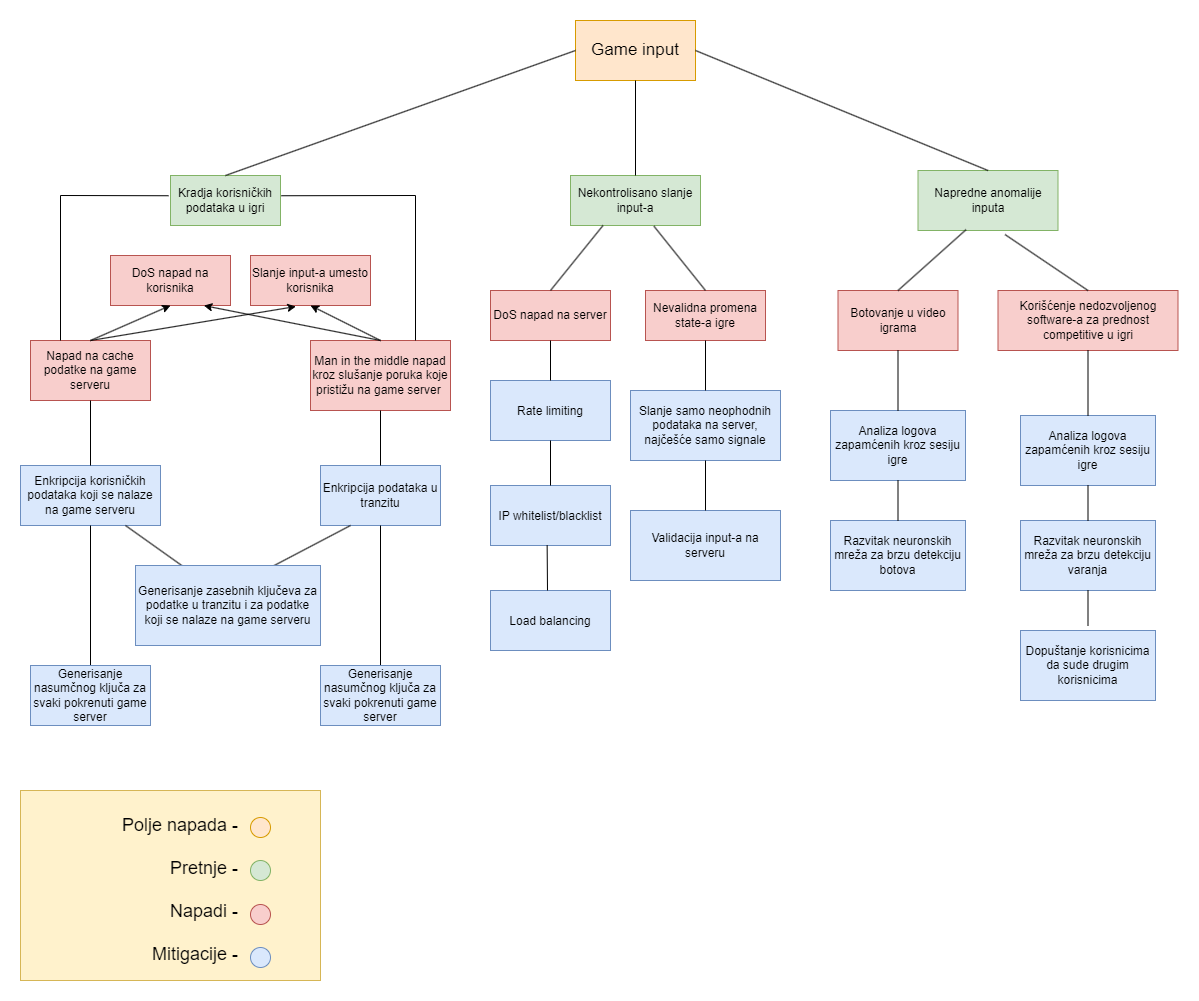
Above: literatura/Naucni clanci/Online igre/Analiza pretnji kroz analizu inputa korisnika/Slike/modelovanje pretnji game inputa.png in JanosevicRa177/Game-security-research (draw.io), before the change. Source tidied: cells renumbered, new cells last; positions are measured from the earlier drawing's top-left corner, leaving out a move shared by most shapes. The source it was exported from:
```xml
<mxGraphModel>
  <root>
    <mxCell id="0" />
    <mxCell id="1" parent="0" />
    <mxCell id="2" value="Kradja korisničkih podataka u igri" style="rounded=0;whiteSpace=wrap;html=1;fillColor=#d5e8d4;strokeColor=#82b366;" parent="1" vertex="1">
      <mxGeometry x="150" y="155" width="110" height="50" as="geometry" />
    </mxCell>
    <mxCell id="3" value="Slanje input-a umesto korisnika" style="rounded=0;whiteSpace=wrap;html=1;fillColor=#f8cecc;strokeColor=#b85450;" parent="1" vertex="1">
      <mxGeometry x="230" y="235" width="120" height="50" as="geometry" />
    </mxCell>
    <mxCell id="4" value="Nevalidna promena state-a igre" style="rounded=0;whiteSpace=wrap;html=1;fillColor=#f8cecc;strokeColor=#b85450;" parent="1" vertex="1">
      <mxGeometry x="625" y="270" width="120" height="50" as="geometry" />
    </mxCell>
    <mxCell id="5" value="DoS napad na korisnika" style="rounded=0;whiteSpace=wrap;html=1;fillColor=#f8cecc;strokeColor=#b85450;" parent="1" vertex="1">
      <mxGeometry x="90" y="235" width="120" height="50" as="geometry" />
    </mxCell>
    <mxCell id="6" value="Man in the middle napad kroz slušanje poruka koje pristižu na game server&amp;nbsp;" style="rounded=0;whiteSpace=wrap;html=1;fillColor=#f8cecc;strokeColor=#b85450;" parent="1" vertex="1">
      <mxGeometry x="290" y="320" width="140" height="70" as="geometry" />
    </mxCell>
    <mxCell id="7" value="Nekontrolisano slanje input-a" style="rounded=0;whiteSpace=wrap;html=1;fillColor=#d5e8d4;strokeColor=#82b366;" parent="1" vertex="1">
      <mxGeometry x="550" y="155" width="130" height="50" as="geometry" />
    </mxCell>
    <mxCell id="8" value="DoS napad na server" style="rounded=0;whiteSpace=wrap;html=1;fillColor=#f8cecc;strokeColor=#b85450;" parent="1" vertex="1">
      <mxGeometry x="470" y="270" width="120" height="50" as="geometry" />
    </mxCell>
    <mxCell id="9" style="endArrow=none;html=1;rounded=0;entryX=0.25;entryY=1;entryDx=0;entryDy=0;exitX=0.5;exitY=0;exitDx=0;exitDy=0;" parent="1" edge="1" source="8" target="7">
      <mxGeometry relative="1" as="geometry" />
    </mxCell>
    <mxCell id="10" style="endArrow=none;html=1;rounded=0;entryX=0.642;entryY=1.014;entryDx=0;entryDy=0;entryPerimeter=0;exitX=0.5;exitY=0;exitDx=0;exitDy=0;" parent="1" edge="1" source="4" target="7">
      <mxGeometry relative="1" as="geometry" />
    </mxCell>
    <mxCell id="11" style="endArrow=none;html=1;rounded=0;entryX=1.008;entryY=0.405;entryDx=0;entryDy=0;entryPerimeter=0;exitX=0.75;exitY=0;exitDx=0;exitDy=0;" parent="1" edge="1" source="6" target="2">
      <mxGeometry relative="1" as="geometry">
        <Array as="points">
          <mxPoint x="395" y="175" />
        </Array>
      </mxGeometry>
    </mxCell>
    <mxCell id="12" value="Napredne anomalije inputa" style="rounded=0;whiteSpace=wrap;html=1;fillColor=#d5e8d4;strokeColor=#82b366;" parent="1" vertex="1">
      <mxGeometry x="897.5" y="150" width="140" height="60" as="geometry" />
    </mxCell>
    <mxCell id="13" value="Botovanje u video igrama" style="rounded=0;whiteSpace=wrap;html=1;fillColor=#f8cecc;strokeColor=#b85450;" parent="1" vertex="1">
      <mxGeometry x="817.5" y="270" width="120" height="60" as="geometry" />
    </mxCell>
    <mxCell id="14" value="Korišćenje nedozvoljenog software-a za prednost competitive u igri" style="rounded=0;whiteSpace=wrap;html=1;fillColor=#f8cecc;strokeColor=#b85450;" parent="1" vertex="1">
      <mxGeometry x="977.5" y="270" width="180" height="60" as="geometry" />
    </mxCell>
    <mxCell id="15" style="endArrow=none;html=1;rounded=0;entryX=0.343;entryY=0.987;entryDx=0;entryDy=0;entryPerimeter=0;exitX=0.5;exitY=0;exitDx=0;exitDy=0;" parent="1" edge="1" source="13" target="12">
      <mxGeometry relative="1" as="geometry" />
    </mxCell>
    <mxCell id="16" style="endArrow=none;html=1;rounded=0;entryX=0.622;entryY=1.068;entryDx=0;entryDy=0;entryPerimeter=0;exitX=0.5;exitY=0;exitDx=0;exitDy=0;" parent="1" edge="1" source="14" target="12">
      <mxGeometry relative="1" as="geometry" />
    </mxCell>
    <mxCell id="17" value="Enkripcija podataka u tranzitu" style="rounded=0;whiteSpace=wrap;html=1;fillColor=#dae8fc;strokeColor=#6c8ebf;" parent="1" vertex="1">
      <mxGeometry x="300" y="445" width="120" height="60" as="geometry" />
    </mxCell>
    <mxCell id="18" value="Napad na cache podatke na game serveru" style="rounded=0;whiteSpace=wrap;html=1;fillColor=#f8cecc;strokeColor=#b85450;" parent="1" vertex="1">
      <mxGeometry x="10" y="320" width="120" height="60" as="geometry" />
    </mxCell>
    <mxCell id="19" style="endArrow=none;html=1;rounded=0;entryX=-0.018;entryY=0.405;entryDx=0;entryDy=0;entryPerimeter=0;exitX=0.25;exitY=0;exitDx=0;exitDy=0;" parent="1" edge="1" source="18" target="2">
      <mxGeometry relative="1" as="geometry">
        <Array as="points">
          <mxPoint x="40" y="175" />
        </Array>
      </mxGeometry>
    </mxCell>
    <mxCell id="20" style="endArrow=none;html=1;rounded=0;exitX=0.5;exitY=0;exitDx=0;exitDy=0;entryX=0.5;entryY=1;entryDx=0;entryDy=0;" parent="1" edge="1" source="17" target="6">
      <mxGeometry relative="1" as="geometry" />
    </mxCell>
    <mxCell id="21" style="endArrow=classic;html=1;rounded=0;entryX=0.5;entryY=1;entryDx=0;entryDy=0;exitX=0.5;exitY=0;exitDx=0;exitDy=0;" parent="1" edge="1" source="6" target="3">
      <mxGeometry relative="1" as="geometry" />
    </mxCell>
    <mxCell id="22" style="endArrow=classic;html=1;rounded=0;entryX=0.778;entryY=1.002;entryDx=0;entryDy=0;entryPerimeter=0;exitX=0.5;exitY=0;exitDx=0;exitDy=0;" parent="1" edge="1" source="6" target="5">
      <mxGeometry relative="1" as="geometry" />
    </mxCell>
    <mxCell id="23" style="endArrow=classic;html=1;rounded=0;entryX=0.378;entryY=1.02;entryDx=0;entryDy=0;entryPerimeter=0;exitX=0.5;exitY=0;exitDx=0;exitDy=0;" parent="1" edge="1" source="18" target="3">
      <mxGeometry relative="1" as="geometry" />
    </mxCell>
    <mxCell id="24" style="endArrow=classic;html=1;rounded=0;entryX=0.5;entryY=1;entryDx=0;entryDy=0;exitX=0.5;exitY=0;exitDx=0;exitDy=0;" parent="1" edge="1" source="18" target="5">
      <mxGeometry relative="1" as="geometry" />
    </mxCell>
    <mxCell id="25" value="Enkripcija korisničkih podataka koji se nalaze na game serveru" style="rounded=0;whiteSpace=wrap;html=1;fillColor=#dae8fc;strokeColor=#6c8ebf;" parent="1" vertex="1">
      <mxGeometry y="445" width="140" height="60" as="geometry" />
    </mxCell>
    <mxCell id="26" style="endArrow=none;html=1;rounded=0;entryX=0.5;entryY=1;entryDx=0;entryDy=0;exitX=0.5;exitY=0;exitDx=0;exitDy=0;" parent="1" edge="1" source="25" target="18">
      <mxGeometry relative="1" as="geometry" />
    </mxCell>
    <mxCell id="27" value="Generisanje nasumčnog ključa za svaki pokrenuti game server" style="rounded=0;whiteSpace=wrap;html=1;" parent="1" vertex="1">
      <mxGeometry x="300" y="645" width="120" height="60" as="geometry" />
    </mxCell>
    <mxCell id="28" style="endArrow=none;html=1;rounded=0;entryX=0.5;entryY=1;entryDx=0;entryDy=0;exitX=0.5;exitY=0;exitDx=0;exitDy=0;" parent="1" edge="1" source="27" target="17">
      <mxGeometry relative="1" as="geometry" />
    </mxCell>
    <mxCell id="29" style="endArrow=none;html=1;rounded=0;entryX=0.5;entryY=1;entryDx=0;entryDy=0;exitX=0.5;exitY=0;exitDx=0;exitDy=0;" parent="1" edge="1" source="30" target="25">
      <mxGeometry relative="1" as="geometry" />
    </mxCell>
    <mxCell id="30" value="Generisanje nasumčnog ključa za svaki pokrenuti game server" style="rounded=0;whiteSpace=wrap;html=1;" parent="1" vertex="1">
      <mxGeometry x="10" y="645" width="120" height="60" as="geometry" />
    </mxCell>
    <mxCell id="31" value="Generisanje zasebnih ključeva za podatke u tranzitu i za podatke koji se nalaze na game serveru" style="rounded=0;whiteSpace=wrap;html=1;" parent="1" vertex="1">
      <mxGeometry x="115" y="545" width="185" height="80" as="geometry" />
    </mxCell>
    <mxCell id="32" style="endArrow=none;html=1;rounded=0;entryX=0.25;entryY=1;entryDx=0;entryDy=0;exitX=0.75;exitY=0;exitDx=0;exitDy=0;" parent="1" edge="1" source="31" target="17">
      <mxGeometry relative="1" as="geometry" />
    </mxCell>
    <mxCell id="33" style="endArrow=none;html=1;rounded=0;entryX=0.75;entryY=1;entryDx=0;entryDy=0;exitX=0.25;exitY=0;exitDx=0;exitDy=0;" parent="1" edge="1" source="31" target="25">
      <mxGeometry relative="1" as="geometry" />
    </mxCell>
    <mxCell id="34" value="Generisanje nasumčnog ključa za svaki pokrenuti game server" style="rounded=0;whiteSpace=wrap;html=1;fillColor=#dae8fc;strokeColor=#6c8ebf;" parent="1" vertex="1">
      <mxGeometry x="10" y="645" width="120" height="60" as="geometry" />
    </mxCell>
    <mxCell id="35" value="Generisanje zasebnih ključeva za podatke u tranzitu i za podatke koji se nalaze na game serveru" style="rounded=0;whiteSpace=wrap;html=1;fillColor=#dae8fc;strokeColor=#6c8ebf;" parent="1" vertex="1">
      <mxGeometry x="115" y="545" width="185" height="80" as="geometry" />
    </mxCell>
    <mxCell id="36" value="Generisanje nasumčnog ključa za svaki pokrenuti game server" style="rounded=0;whiteSpace=wrap;html=1;fillColor=#dae8fc;strokeColor=#6c8ebf;" parent="1" vertex="1">
      <mxGeometry x="300" y="645" width="120" height="60" as="geometry" />
    </mxCell>
    <mxCell id="37" value="Slanje samo neophodnih podataka na server, najčešće samo signale" style="rounded=0;whiteSpace=wrap;html=1;fillColor=#dae8fc;strokeColor=#6c8ebf;" parent="1" vertex="1">
      <mxGeometry x="610" y="370" width="150" height="70" as="geometry" />
    </mxCell>
    <mxCell id="38" value="Validacija input-a na serveru" style="rounded=0;whiteSpace=wrap;html=1;fillColor=#dae8fc;strokeColor=#6c8ebf;" parent="1" vertex="1">
      <mxGeometry x="610" y="490" width="150" height="70" as="geometry" />
    </mxCell>
    <mxCell id="39" style="endArrow=none;html=1;rounded=0;entryX=0.5;entryY=1;entryDx=0;entryDy=0;" parent="1" edge="1" source="37" target="4">
      <mxGeometry relative="1" as="geometry" />
    </mxCell>
    <mxCell id="40" style="endArrow=none;html=1;rounded=0;entryX=0.5;entryY=1;entryDx=0;entryDy=0;exitX=0.5;exitY=0;exitDx=0;exitDy=0;" parent="1" edge="1" source="38" target="37">
      <mxGeometry relative="1" as="geometry" />
    </mxCell>
    <mxCell id="41" value="Analiza logova zapamćenih kroz sesiju igre" style="rounded=0;whiteSpace=wrap;html=1;fillColor=#dae8fc;strokeColor=#6c8ebf;" parent="1" vertex="1">
      <mxGeometry x="810" y="390" width="135" height="70" as="geometry" />
    </mxCell>
    <mxCell id="42" value="Analiza logova zapamćenih kroz sesiju igre" style="rounded=0;whiteSpace=wrap;html=1;fillColor=#dae8fc;strokeColor=#6c8ebf;" parent="1" vertex="1">
      <mxGeometry x="1000" y="395" width="135" height="70" as="geometry" />
    </mxCell>
    <mxCell id="43" value="Razvitak neuronskih mreža za brzu detekciju botova" style="rounded=0;whiteSpace=wrap;html=1;fillColor=#dae8fc;strokeColor=#6c8ebf;" parent="1" vertex="1">
      <mxGeometry x="810" y="500" width="135" height="70" as="geometry" />
    </mxCell>
    <mxCell id="44" value="Razvitak neuronskih mreža za brzu detekciju varanja" style="rounded=0;whiteSpace=wrap;html=1;fillColor=#dae8fc;strokeColor=#6c8ebf;" parent="1" vertex="1">
      <mxGeometry x="1000" y="500" width="135" height="70" as="geometry" />
    </mxCell>
    <mxCell id="45" value="Dopuštanje korisnicima da sude drugim korisnicima" style="rounded=0;whiteSpace=wrap;html=1;fillColor=#dae8fc;strokeColor=#6c8ebf;" parent="1" vertex="1">
      <mxGeometry x="1000" y="610" width="135" height="70" as="geometry" />
    </mxCell>
    <mxCell id="46" style="endArrow=none;html=1;rounded=0;entryX=0.5;entryY=1;entryDx=0;entryDy=0;exitX=0.5;exitY=0;exitDx=0;exitDy=0;" parent="1" edge="1" source="42" target="14">
      <mxGeometry relative="1" as="geometry" />
    </mxCell>
    <mxCell id="47" style="endArrow=none;html=1;rounded=0;entryX=0.5;entryY=1;entryDx=0;entryDy=0;exitX=0.5;exitY=0;exitDx=0;exitDy=0;" parent="1" edge="1" source="44" target="42">
      <mxGeometry relative="1" as="geometry" />
    </mxCell>
    <mxCell id="48" style="endArrow=none;html=1;rounded=0;entryX=0.5;entryY=1;entryDx=0;entryDy=0;" parent="1" edge="1" target="44">
      <mxGeometry relative="1" as="geometry">
        <mxPoint x="1067.5" y="605" as="sourcePoint" />
      </mxGeometry>
    </mxCell>
    <mxCell id="49" style="endArrow=none;html=1;rounded=0;entryX=0.5;entryY=1;entryDx=0;entryDy=0;exitX=0.5;exitY=0;exitDx=0;exitDy=0;" parent="1" edge="1" source="41" target="13">
      <mxGeometry relative="1" as="geometry" />
    </mxCell>
    <mxCell id="50" style="endArrow=none;html=1;rounded=0;entryX=0.5;entryY=1;entryDx=0;entryDy=0;exitX=0.5;exitY=0;exitDx=0;exitDy=0;" parent="1" edge="1" source="43" target="41">
      <mxGeometry relative="1" as="geometry" />
    </mxCell>
    <mxCell id="51" value="&lt;font style=&quot;font-size: 17px;&quot;&gt;Game input&lt;/font&gt;" style="rounded=0;whiteSpace=wrap;html=1;fillColor=#ffe6cc;strokeColor=#d79b00;" parent="1" vertex="1">
      <mxGeometry x="555" width="120" height="60" as="geometry" />
    </mxCell>
    <mxCell id="52" style="endArrow=none;html=1;rounded=0;fontSize=17;entryX=0;entryY=0.5;entryDx=0;entryDy=0;exitX=0.5;exitY=0;exitDx=0;exitDy=0;" parent="1" edge="1" source="2" target="51">
      <mxGeometry relative="1" as="geometry" />
    </mxCell>
    <mxCell id="53" style="endArrow=none;html=1;rounded=0;fontSize=17;entryX=0.5;entryY=1;entryDx=0;entryDy=0;exitX=0.5;exitY=0;exitDx=0;exitDy=0;" parent="1" edge="1" source="7" target="51">
      <mxGeometry relative="1" as="geometry" />
    </mxCell>
    <mxCell id="54" style="endArrow=none;html=1;rounded=0;fontSize=17;entryX=1;entryY=0.5;entryDx=0;entryDy=0;exitX=0.5;exitY=0;exitDx=0;exitDy=0;" parent="1" edge="1" source="12" target="51">
      <mxGeometry relative="1" as="geometry" />
    </mxCell>
    <mxCell id="55" value="&lt;font style=&quot;font-size: 12px;&quot;&gt;Rate limiting&lt;/font&gt;" style="rounded=0;whiteSpace=wrap;html=1;fontSize=17;fillColor=#dae8fc;strokeColor=#6c8ebf;" parent="1" vertex="1">
      <mxGeometry x="470" y="360" width="120" height="60" as="geometry" />
    </mxCell>
    <mxCell id="56" value="&lt;font style=&quot;font-size: 12px;&quot;&gt;IP whitelist/blacklist&lt;/font&gt;" style="rounded=0;whiteSpace=wrap;html=1;fontSize=17;fillColor=#dae8fc;strokeColor=#6c8ebf;" parent="1" vertex="1">
      <mxGeometry x="470" y="465" width="120" height="60" as="geometry" />
    </mxCell>
    <mxCell id="57" value="&lt;font style=&quot;font-size: 12px;&quot;&gt;Load balancing&lt;/font&gt;" style="rounded=0;whiteSpace=wrap;html=1;fontSize=17;fillColor=#dae8fc;strokeColor=#6c8ebf;" parent="1" vertex="1">
      <mxGeometry x="470" y="570" width="120" height="60" as="geometry" />
    </mxCell>
    <mxCell id="58" style="endArrow=none;html=1;rounded=0;fontSize=12;entryX=0.5;entryY=1;entryDx=0;entryDy=0;" parent="1" edge="1" target="8">
      <mxGeometry relative="1" as="geometry">
        <mxPoint x="530" y="360" as="sourcePoint" />
      </mxGeometry>
    </mxCell>
    <mxCell id="59" style="endArrow=none;html=1;rounded=0;fontSize=12;entryX=0.5;entryY=1;entryDx=0;entryDy=0;exitX=0.5;exitY=0;exitDx=0;exitDy=0;" parent="1" edge="1" source="56" target="55">
      <mxGeometry relative="1" as="geometry" />
    </mxCell>
    <mxCell id="60" style="endArrow=none;html=1;rounded=0;fontSize=12;entryX=0.472;entryY=0.998;entryDx=0;entryDy=0;entryPerimeter=0;" parent="1" edge="1" target="56">
      <mxGeometry relative="1" as="geometry">
        <mxPoint x="527" y="570" as="sourcePoint" />
      </mxGeometry>
    </mxCell>
    <mxCell id="61" style="rounded=0;whiteSpace=wrap;html=1;fontSize=12;fillColor=#fff2cc;strokeColor=#d6b656;" parent="1" vertex="1">
      <mxGeometry y="770" width="300" height="190" as="geometry" />
    </mxCell>
    <mxCell id="62" value="&lt;div style=&quot;font-size: 18px;&quot;&gt;&lt;span style=&quot;background-color: initial;&quot;&gt;&lt;font style=&quot;font-size: 18px;&quot;&gt;Polje napada -&lt;/font&gt;&lt;/span&gt;&lt;/div&gt;&lt;font style=&quot;font-size: 18px;&quot;&gt;&lt;div style=&quot;&quot;&gt;&lt;br&gt;&lt;/div&gt;&lt;div style=&quot;&quot;&gt;&lt;span style=&quot;background-color: initial;&quot;&gt;Pretnje -&lt;/span&gt;&lt;/div&gt;&lt;div style=&quot;&quot;&gt;&lt;br&gt;&lt;/div&gt;&lt;div style=&quot;&quot;&gt;&lt;span style=&quot;background-color: initial;&quot;&gt;Napadi -&lt;/span&gt;&lt;/div&gt;&lt;div style=&quot;&quot;&gt;&lt;br&gt;&lt;/div&gt;&lt;div style=&quot;&quot;&gt;&lt;span style=&quot;background-color: initial;&quot;&gt;Mitigacije -&lt;/span&gt;&lt;/div&gt;&lt;/font&gt;" style="text;html=1;strokeColor=none;fillColor=none;align=right;verticalAlign=middle;whiteSpace=wrap;rounded=0;fontSize=12;" parent="1" vertex="1">
      <mxGeometry x="10" y="790" width="210" height="160" as="geometry" />
    </mxCell>
    <mxCell id="63" style="ellipse;whiteSpace=wrap;html=1;fontSize=20;fillColor=#ffe6cc;strokeColor=#d79b00;" parent="1" vertex="1">
      <mxGeometry x="230" y="797" width="20" height="20" as="geometry" />
    </mxCell>
    <mxCell id="64" style="ellipse;whiteSpace=wrap;html=1;fontSize=20;fillColor=#d5e8d4;strokeColor=#82b366;" parent="1" vertex="1">
      <mxGeometry x="230" y="840" width="20" height="20" as="geometry" />
    </mxCell>
    <mxCell id="65" style="ellipse;whiteSpace=wrap;html=1;fontSize=20;fillColor=#f8cecc;strokeColor=#b85450;" parent="1" vertex="1">
      <mxGeometry x="230" y="884" width="20" height="20" as="geometry" />
    </mxCell>
    <mxCell id="66" style="ellipse;whiteSpace=wrap;html=1;fontSize=20;fillColor=#dae8fc;strokeColor=#6c8ebf;" parent="1" vertex="1">
      <mxGeometry x="230" y="927" width="20" height="20" as="geometry" />
    </mxCell>
  </root>
</mxGraphModel>
```
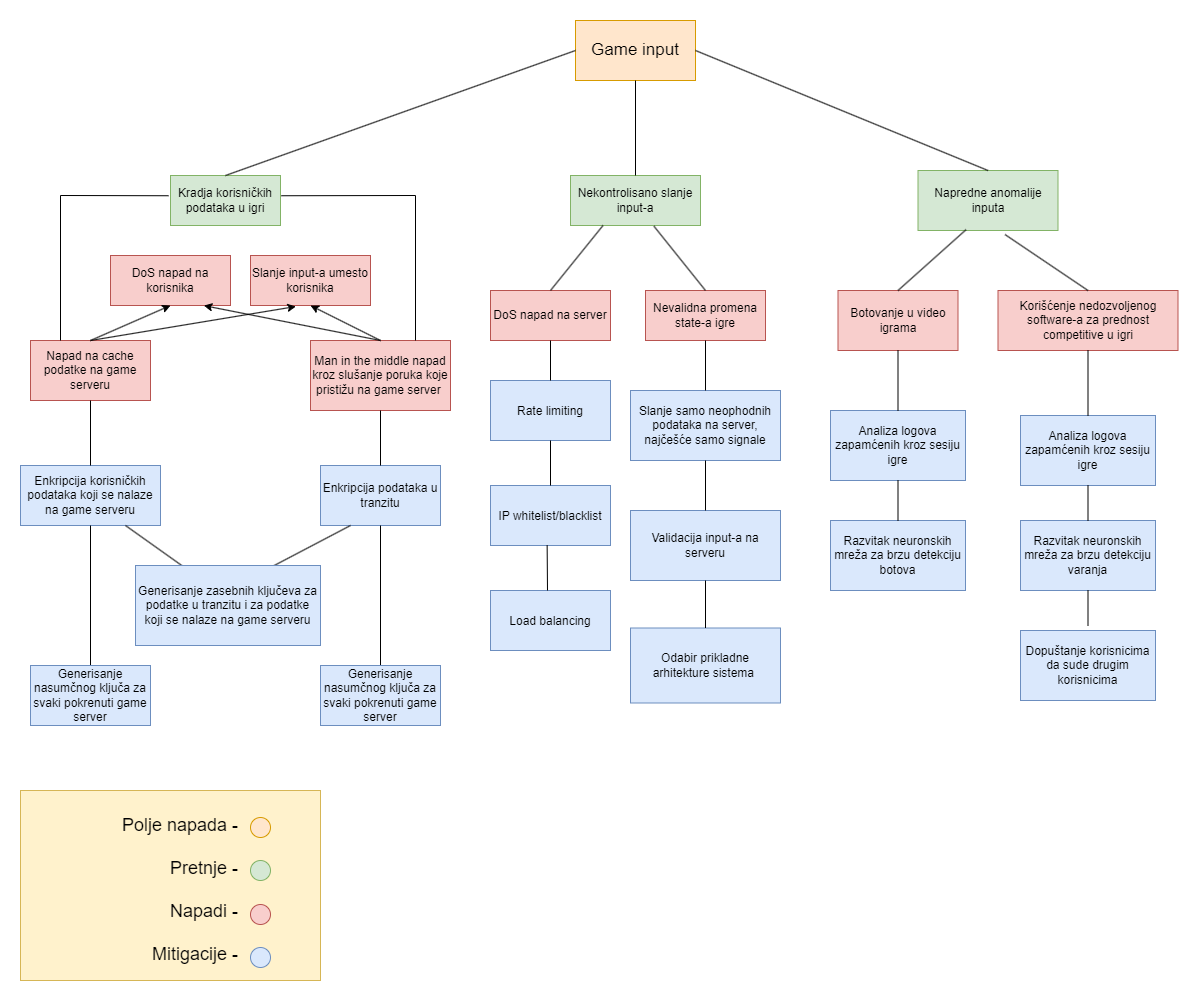
Above is the later version.

What changed in the source:
```diff
@@ -211,5 +211,11 @@
     <mxCell id="66" style="ellipse;whiteSpace=wrap;html=1;fontSize=20;fillColor=#dae8fc;strokeColor=#6c8ebf;" parent="1" vertex="1">
       <mxGeometry x="230" y="927" width="20" height="20" as="geometry" />
     </mxCell>
+    <mxCell id="67" value="Odabir prikladne arhitekture sistema&amp;nbsp;" style="rounded=0;whiteSpace=wrap;html=1;fillColor=#dae8fc;strokeColor=#6c8ebf;" parent="1" vertex="1">
+      <mxGeometry x="610" y="607.5" width="150" height="75" as="geometry" />
+    </mxCell>
+    <mxCell id="68" style="endArrow=none;html=1;rounded=0;entryX=0.5;entryY=1;entryDx=0;entryDy=0;exitX=0.5;exitY=0;exitDx=0;exitDy=0;" parent="1" edge="1" source="67" target="38">
+      <mxGeometry relative="1" as="geometry" />
+    </mxCell>
   </root>
 </mxGraphModel>
```
